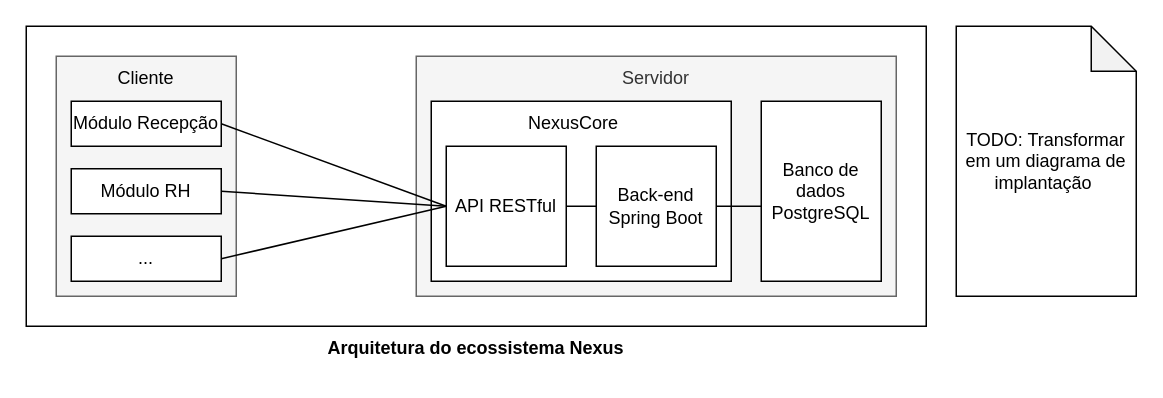
Above: page "arquitetura" (2 of 2) of docs/diagramas.drawio in therapies-love-kids/nexus (draw.io), before the change. Source tidied: cells renumbered, new cells numbered last; positions are measured from the earlier drawing's top-left corner, leaving out a move shared by most shapes. Both pictures are drawn from the tidied source at 150%, with x=0, y=0 at pixel (26, 26).
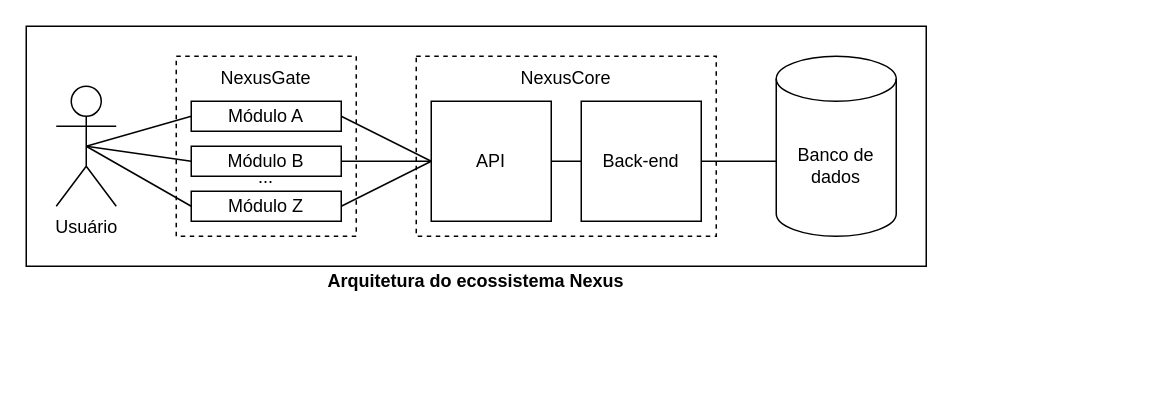
The same diagram, later.

Diff of the diagram source:
```diff
@@
     <mxCell id="2" style="rounded=0;whiteSpace=wrap;html=1;fillColor=none;" parent="1" vertex="1">
-      <mxGeometry width="600" height="200" as="geometry" />
+      <mxGeometry width="600" height="160" as="geometry" />
     </mxCell>
-    <mxCell id="3" style="rounded=0;whiteSpace=wrap;html=1;fillColor=#f5f5f5;fontColor=#333333;strokeColor=#666666;" parent="1" vertex="1">
-      <mxGeometry x="260" y="20" width="320" height="160" as="geometry" />
-    </mxCell>
-    <mxCell id="4" value="Banco de dados PostgreSQL" style="rounded=0;whiteSpace=wrap;html=1;" parent="1" vertex="1">
-      <mxGeometry x="490" y="50" width="80" height="120" as="geometry" />
-    </mxCell>
-    <mxCell id="5" value="Servidor" style="text;html=1;align=center;verticalAlign=middle;whiteSpace=wrap;rounded=0;fillColor=none;fontColor=#333333;strokeColor=none;" parent="1" vertex="1">
-      <mxGeometry x="260" y="20" width="320" height="30" as="geometry" />
-    </mxCell>
-    <mxCell id="6" style="rounded=0;whiteSpace=wrap;html=1;fillColor=#f5f5f5;fontColor=#333333;strokeColor=#666666;" parent="1" vertex="1">
-      <mxGeometry x="20" y="20" width="120" height="160" as="geometry" />
-    </mxCell>
-    <mxCell id="7" value="Cliente" style="text;html=1;align=center;verticalAlign=middle;whiteSpace=wrap;rounded=0;" parent="1" vertex="1">
-      <mxGeometry x="20" y="20" width="120" height="30" as="geometry" />
-    </mxCell>
-    <mxCell id="8" value="Módulo Recepção" style="rounded=0;whiteSpace=wrap;html=1;" parent="1" vertex="1">
-      <mxGeometry x="30" y="50" width="100" height="30" as="geometry" />
-    </mxCell>
-    <mxCell id="9" value="..." style="rounded=0;whiteSpace=wrap;html=1;" parent="1" vertex="1">
-      <mxGeometry x="30" y="140" width="100" height="30" as="geometry" />
-    </mxCell>
-    <mxCell id="10" value="Módulo RH" style="rounded=0;whiteSpace=wrap;html=1;" parent="1" vertex="1">
-      <mxGeometry x="30" y="95" width="100" height="30" as="geometry" />
-    </mxCell>
     <mxCell id="11" value="&lt;b&gt;Arquitetura do ecossistema Nexus&lt;/b&gt;" style="text;html=1;align=center;verticalAlign=middle;whiteSpace=wrap;rounded=0;" parent="1" vertex="1">
-      <mxGeometry y="200" width="600" height="30" as="geometry" />
+      <mxGeometry y="160" width="600" height="20" as="geometry" />
     </mxCell>
-    <mxCell id="12" value="TODO: Transformar em um diagrama de implantação&amp;nbsp;" style="shape=note;whiteSpace=wrap;html=1;backgroundOutline=1;darkOpacity=0.05;" parent="1" vertex="1">
-      <mxGeometry x="620" width="120" height="180" as="geometry" />
-    </mxCell>
-    <mxCell id="13" style="rounded=0;whiteSpace=wrap;html=1;" parent="1" vertex="1">
-      <mxGeometry x="270" y="50" width="200" height="120" as="geometry" />
+    <mxCell id="13" style="rounded=0;whiteSpace=wrap;html=1;dashed=1;" parent="1" vertex="1">
+      <mxGeometry x="260" y="20" width="200" height="120" as="geometry" />
     </mxCell>
-    <mxCell id="14" value="API RESTful" style="rounded=0;whiteSpace=wrap;html=1;" parent="1" vertex="1">
-      <mxGeometry x="280" y="80" width="80" height="80" as="geometry" />
+    <mxCell id="14" value="API" style="rounded=0;whiteSpace=wrap;html=1;" parent="1" vertex="1">
+      <mxGeometry x="270" y="50" width="80" height="80" as="geometry" />
     </mxCell>
-    <mxCell id="15" value="Back-end Spring Boot" style="rounded=0;whiteSpace=wrap;html=1;" parent="1" vertex="1">
-      <mxGeometry x="380" y="80" width="80" height="80" as="geometry" />
+    <mxCell id="15" value="Back-end" style="rounded=0;whiteSpace=wrap;html=1;" parent="1" vertex="1">
+      <mxGeometry x="370" y="50" width="80" height="80" as="geometry" />
     </mxCell>
-    <mxCell id="16" value="NexusCore" style="text;html=1;align=center;verticalAlign=middle;whiteSpace=wrap;rounded=0;" parent="1" vertex="1">
-      <mxGeometry x="270" y="50" width="190" height="30" as="geometry" />
+    <mxCell id="16" value="NexusCore" style="text;html=1;align=center;verticalAlign=middle;whiteSpace=wrap;rounded=0;fontStyle=0;dashed=1;" parent="1" vertex="1">
+      <mxGeometry x="260" y="20" width="200" height="30" as="geometry" />
     </mxCell>
-    <mxCell id="17" style="endArrow=none;html=1;rounded=0;exitX=0;exitY=0.5;exitDx=0;exitDy=0;entryX=1;entryY=0.5;entryDx=0;entryDy=0;" parent="1" edge="1" source="14" target="10">
-      <mxGeometry relative="1" as="geometry" />
-    </mxCell>
-    <mxCell id="18" style="endArrow=none;html=1;rounded=0;exitX=1;exitY=0.5;exitDx=0;exitDy=0;entryX=0;entryY=0.5;entryDx=0;entryDy=0;" parent="1" edge="1" source="8" target="14">
-      <mxGeometry relative="1" as="geometry" />
-    </mxCell>
-    <mxCell id="19" style="endArrow=none;html=1;rounded=0;exitX=1;exitY=0.5;exitDx=0;exitDy=0;entryX=0;entryY=0.5;entryDx=0;entryDy=0;" parent="1" edge="1" source="9" target="14">
-      <mxGeometry relative="1" as="geometry" />
-    </mxCell>
-    <mxCell id="20" style="endArrow=none;html=1;rounded=0;exitX=1;exitY=0.5;exitDx=0;exitDy=0;entryX=0.719;entryY=0.625;entryDx=0;entryDy=0;entryPerimeter=0;" parent="1" edge="1" source="15" target="3">
+    <mxCell id="20" style="endArrow=none;html=1;rounded=0;exitX=0.002;exitY=0.583;exitDx=0;exitDy=0;entryX=1;entryY=0.5;entryDx=0;entryDy=0;exitPerimeter=0;" parent="1" edge="1" source="22" target="15">
       <mxGeometry relative="1" as="geometry" />
     </mxCell>
@@
+    <mxCell id="22" value="Banco de dados" style="shape=cylinder3;whiteSpace=wrap;html=1;boundedLbl=1;backgroundOutline=1;size=15;" parent="1" vertex="1">
+      <mxGeometry x="500" y="20" width="80" height="120" as="geometry" />
+    </mxCell>
+    <mxCell id="23" value="&lt;div&gt;Usuário&lt;/div&gt;" style="shape=umlActor;verticalLabelPosition=bottom;verticalAlign=top;html=1;outlineConnect=0;" parent="1" vertex="1">
+      <mxGeometry x="20" y="40" width="40" height="80" as="geometry" />
+    </mxCell>
+    <mxCell id="24" style="rounded=0;whiteSpace=wrap;html=1;dashed=1;" parent="1" vertex="1">
+      <mxGeometry x="100" y="20" width="120" height="120" as="geometry" />
+    </mxCell>
+    <mxCell id="8" value="Módulo A" style="rounded=0;whiteSpace=wrap;html=1;" parent="1" vertex="1">
+      <mxGeometry x="110" y="50" width="100" height="20" as="geometry" />
+    </mxCell>
+    <mxCell id="25" value="NexusGate" style="text;html=1;align=center;verticalAlign=middle;whiteSpace=wrap;rounded=0;" parent="1" vertex="1">
+      <mxGeometry x="100" y="20" width="120" height="30" as="geometry" />
+    </mxCell>
+    <mxCell id="26" value="Módulo B" style="rounded=0;whiteSpace=wrap;html=1;" parent="1" vertex="1">
+      <mxGeometry x="110" y="80" width="100" height="20" as="geometry" />
+    </mxCell>
+    <mxCell id="27" value="Módulo Z" style="rounded=0;whiteSpace=wrap;html=1;" parent="1" vertex="1">
+      <mxGeometry x="110" y="110" width="100" height="20" as="geometry" />
+    </mxCell>
+    <mxCell id="9" value="..." style="text;html=1;align=center;verticalAlign=bottom;whiteSpace=wrap;rounded=0;" parent="1" vertex="1">
+      <mxGeometry x="110" y="100" width="100" height="10" as="geometry" />
+    </mxCell>
+    <mxCell id="28" style="endArrow=none;html=1;rounded=0;exitX=0;exitY=0.5;exitDx=0;exitDy=0;entryX=0.5;entryY=0.5;entryDx=0;entryDy=0;entryPerimeter=0;" parent="1" edge="1" source="8" target="23">
+      <mxGeometry relative="1" as="geometry" />
+    </mxCell>
+    <mxCell id="29" style="endArrow=none;html=1;rounded=0;exitX=0;exitY=0.5;exitDx=0;exitDy=0;entryX=0.5;entryY=0.5;entryDx=0;entryDy=0;entryPerimeter=0;" parent="1" edge="1" source="26" target="23">
+      <mxGeometry relative="1" as="geometry" />
+    </mxCell>
+    <mxCell id="30" style="endArrow=none;html=1;rounded=0;exitX=0.5;exitY=0.5;exitDx=0;exitDy=0;exitPerimeter=0;entryX=0;entryY=0.5;entryDx=0;entryDy=0;" parent="1" edge="1" source="23" target="27">
+      <mxGeometry relative="1" as="geometry" />
+    </mxCell>
+    <mxCell id="31" style="endArrow=none;html=1;rounded=0;entryX=0;entryY=0.5;entryDx=0;entryDy=0;" parent="1" edge="1" target="14">
+      <mxGeometry relative="1" as="geometry">
+        <mxPoint x="210" y="60" as="sourcePoint" />
+      </mxGeometry>
+    </mxCell>
+    <mxCell id="32" style="endArrow=none;html=1;rounded=0;exitX=1;exitY=0.5;exitDx=0;exitDy=0;" parent="1" edge="1" source="26">
+      <mxGeometry relative="1" as="geometry">
+        <mxPoint x="270" y="90" as="targetPoint" />
+      </mxGeometry>
+    </mxCell>
+    <mxCell id="33" style="endArrow=none;html=1;rounded=0;exitX=1;exitY=0.5;exitDx=0;exitDy=0;entryX=0;entryY=0.5;entryDx=0;entryDy=0;" parent="1" edge="1" source="27" target="14">
+      <mxGeometry relative="1" as="geometry" />
+    </mxCell>
```
